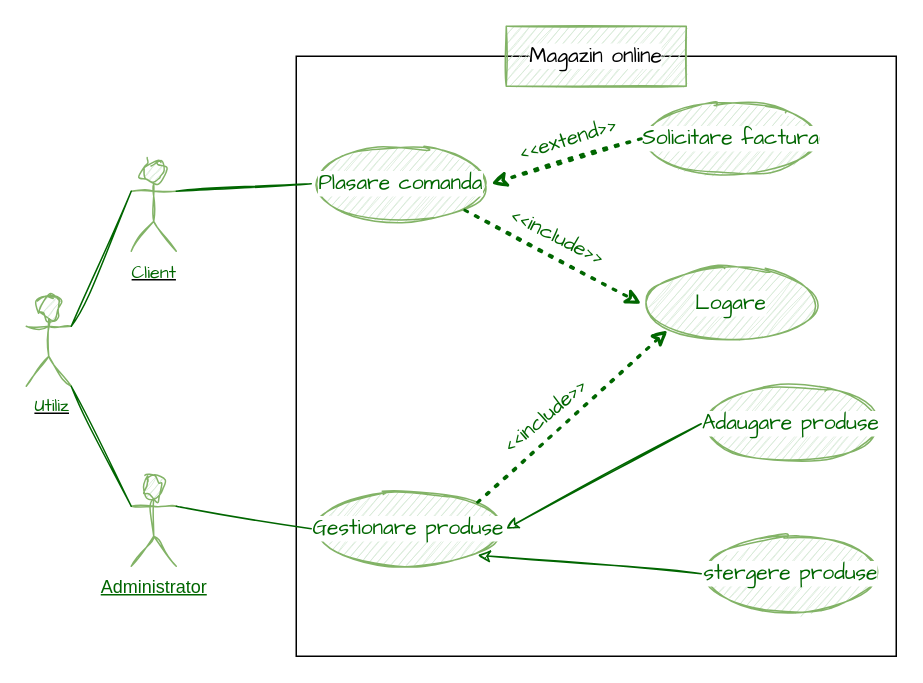
The draw.io diagram LAB1.drawio in SoranaGalan/lab56_LFTC, before the edit. Source tidied: cells renumbered, new cells numbered last; positions are measured from the earlier drawing's top-left corner, leaving out a move shared by most shapes. Both pictures are drawn from the tidied source at 150%, with x=0, y=0 at pixel (26, 26).
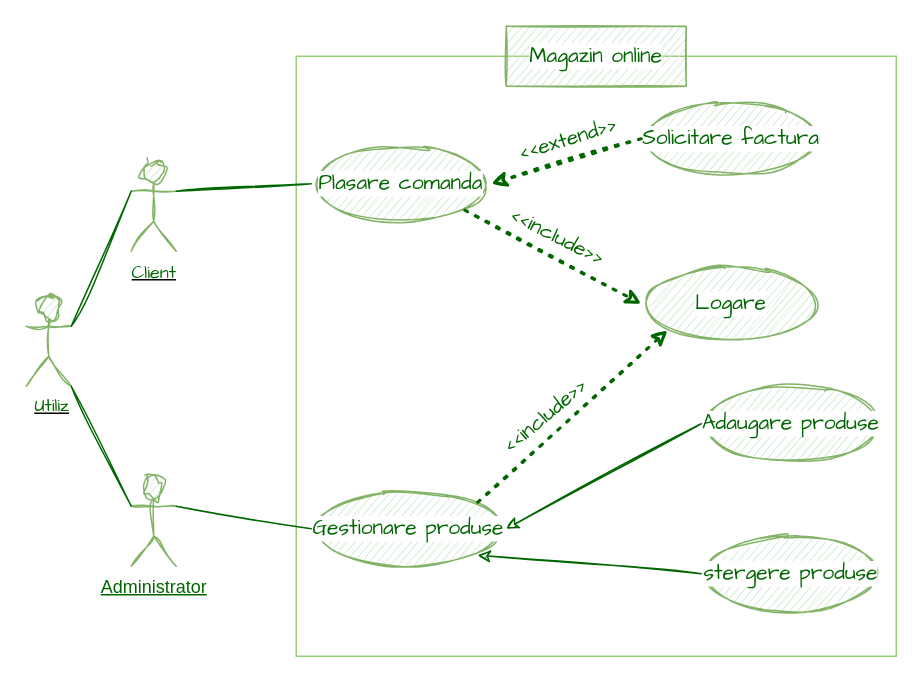
After the change.

Diff of the diagram source:
```diff
@@
-    <mxCell id="3" style="whiteSpace=wrap;html=1;" parent="1" vertex="1">
+    <mxCell id="3" style="whiteSpace=wrap;html=1;strokeColor=#97D077;" parent="1" vertex="1">
       <mxGeometry x="180" y="20" width="400" height="400" as="geometry" />
     </mxCell>
@@
-    <mxCell id="10" value="Magazin online" style="rounded=0;whiteSpace=wrap;html=1;shadow=0;labelBackgroundColor=#FFFFFF;sketch=1;fontFamily=Comic Sans MS;fontSize=14;fillColor=#d5e8d4;strokeColor=#82b366;" parent="1" vertex="1">
+    <mxCell id="10" value="&lt;font color=&quot;#006600&quot;&gt;Magazin online&lt;/font&gt;" style="rounded=0;whiteSpace=wrap;html=1;shadow=0;labelBackgroundColor=#FFFFFF;sketch=1;fontFamily=Comic Sans MS;fontSize=14;fillColor=#d5e8d4;strokeColor=#82b366;" parent="1" vertex="1">
       <mxGeometry x="320" width="120" height="40" as="geometry" />
     </mxCell>
```
